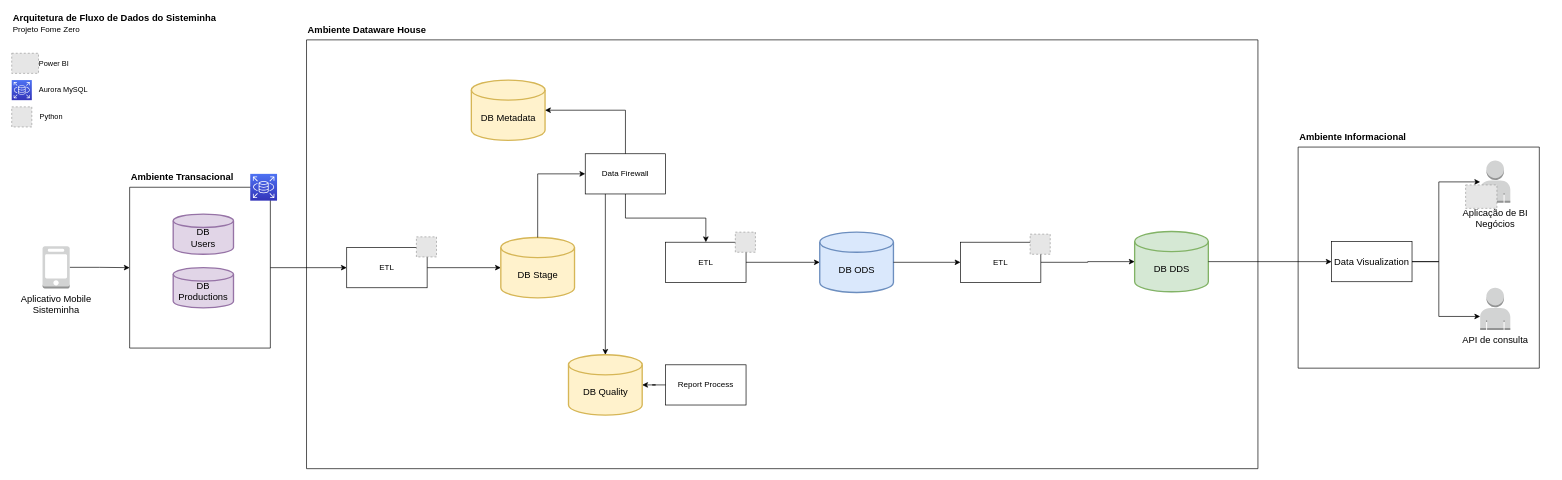
This is arquitetura/DW Fome Zero.drawio from mindcluster/tech4good-dw, a draw.io file, before an edit. Source tidied: cells renumbered, new cells numbered last; positions are measured from the earlier drawing's top-left corner, leaving out a move shared by most shapes. Both pictures are drawn from the tidied source at 67%, with x=0, y=0 at pixel (11, 13). Pictures stored in the file or linked from it are replaced by grey dashed boxes.
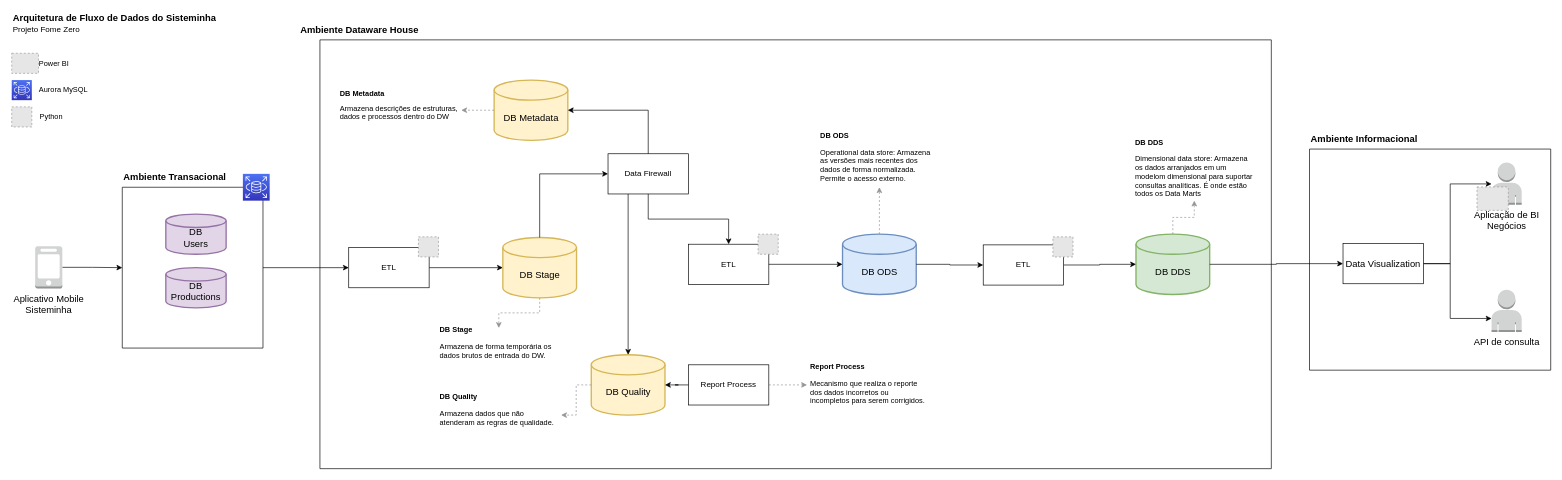
Above is the later version.

Commit message (it also covers changes not shown here):
add modelagem dimensional and new DW images

Unchanged cells that the change refers to:
```xml
<mxCell id="18" style="strokeWidth=2;html=1;shape=mxgraph.flowchart.database;whiteSpace=wrap;fillColor=#d5e8d4;strokeColor=#82b366;" parent="17" vertex="1">
  <mxGeometry width="110" height="90" as="geometry" />
</mxCell>
<mxCell id="28" style="strokeWidth=2;html=1;shape=mxgraph.flowchart.database;whiteSpace=wrap;fillColor=#fff2cc;strokeColor=#d6b656;" parent="27" vertex="1">
  <mxGeometry width="110" height="90" as="geometry" />
</mxCell>
<mxCell id="45" value="Aplicação de BI&lt;br&gt;Negócios" style="outlineConnect=0;dashed=0;verticalLabelPosition=bottom;verticalAlign=top;align=center;html=1;shape=mxgraph.aws3.user;fillColor=#D2D3D3;gradientColor=none;fontSize=14;" parent="44" vertex="1">
  <mxGeometry x="21.7" width="45" height="63" as="geometry" />
</mxCell>
<mxCell id="48" value="API de consulta" style="outlineConnect=0;dashed=0;verticalLabelPosition=bottom;verticalAlign=top;align=center;html=1;shape=mxgraph.aws3.user;fillColor=#D2D3D3;gradientColor=none;fontSize=14;" parent="47" vertex="1">
  <mxGeometry x="21.7" width="45" height="63" as="geometry" />
</mxCell>
<mxCell id="52" style="strokeWidth=2;html=1;shape=mxgraph.flowchart.database;whiteSpace=wrap;fillColor=#fff2cc;strokeColor=#d6b656;" parent="51" vertex="1">
  <mxGeometry width="110" height="90" as="geometry" />
</mxCell>
<mxCell id="57" style="strokeWidth=2;html=1;shape=mxgraph.flowchart.database;whiteSpace=wrap;fillColor=#fff2cc;strokeColor=#d6b656;" parent="56" vertex="1">
  <mxGeometry width="110" height="90" as="geometry" />
</mxCell>
<mxCell id="64" value="Data Visualization" style="rounded=0;whiteSpace=wrap;html=1;fontSize=14;align=center;" parent="63" vertex="1">
  <mxGeometry x="50" y="141" width="120" height="60" as="geometry" />
</mxCell>
```

The edit, as a diff of the source:
```diff
@@
     <mxCell id="5" style="swimlane;startSize=0;fontSize=14;strokeColor=default;rounded=1;" parent="1" vertex="1">
-      <mxGeometry x="176" y="260" width="210" height="240" as="geometry" />
+      <mxGeometry x="165" y="260" width="210" height="240" as="geometry" />
     </mxCell>
@@
     <mxCell id="14" value="Aplicativo Mobile&lt;br&gt;Sisteminha" style="outlineConnect=0;dashed=0;verticalLabelPosition=bottom;verticalAlign=top;align=center;html=1;shape=mxgraph.aws3.mobile_client;fillColor=#D2D3D3;gradientColor=none;fontSize=14;" parent="1" vertex="1">
-      <mxGeometry x="46" y="348" width="40.5" height="63" as="geometry" />
+      <mxGeometry x="35" y="348" width="40.5" height="63" as="geometry" />
     </mxCell>
     <mxCell id="15" value="Ambiente Transacional" style="text;html=1;strokeColor=none;fillColor=none;align=left;verticalAlign=middle;whiteSpace=wrap;rounded=0;fontSize=14;fontStyle=1;" parent="1" vertex="1">
-      <mxGeometry x="176" y="230" width="184" height="30" as="geometry" />
+      <mxGeometry x="165" y="230" width="184" height="30" as="geometry" />
     </mxCell>
     <mxCell id="16" style="edgeStyle=orthogonalEdgeStyle;rounded=0;jettySize=auto;html=1;fontSize=14;" parent="1" edge="1" source="64" target="45">
       <mxGeometry relative="1" as="geometry">
         <Array as="points">
-          <mxPoint x="2130" y="371" />
-          <mxPoint x="2130" y="252" />
+          <mxPoint x="2147" y="374" />
+          <mxPoint x="2147" y="255" />
         </Array>
       </mxGeometry>
     </mxCell>
     <mxCell id="17" style="group;" parent="1" vertex="1">
-      <mxGeometry x="1676" y="326" width="110" height="90" as="geometry" />
+      <mxGeometry x="1678" y="330" width="110" height="90" as="geometry" />
     </mxCell>
@@
     <mxCell id="27" style="group;" parent="1" vertex="1">
-      <mxGeometry x="730" y="335" width="110" height="90" as="geometry" />
+      <mxGeometry x="733" y="335" width="110" height="90" as="geometry" />
     </mxCell>
@@
     <mxCell id="30" style="group;" parent="1" vertex="1">
-      <mxGeometry x="500" y="334" width="130" height="76" as="geometry" />
+      <mxGeometry x="503" y="334" width="130" height="76" as="geometry" />
     </mxCell>
@@
-    <mxCell id="33" style="edgeStyle=orthogonalEdgeStyle;rounded=0;jettySize=auto;html=1;entryX=0.5;entryY=0;entryDx=0;entryDy=0;fontSize=11;" parent="1" edge="1" source="50" target="35">
-      <mxGeometry relative="1" as="geometry" />
-    </mxCell>
-    <mxCell id="34" style="edgeStyle=orthogonalEdgeStyle;rounded=0;jettySize=auto;html=1;entryX=0;entryY=0.5;entryDx=0;entryDy=0;entryPerimeter=0;fontSize=11;" parent="1" edge="1" source="35" target="38">
-      <mxGeometry relative="1" as="geometry" />
-    </mxCell>
-    <mxCell id="35" value="ETL" style="rounded=0;whiteSpace=wrap;html=1;" parent="1" vertex="1">
-      <mxGeometry x="976" y="342" width="120" height="60" as="geometry" />
-    </mxCell>
     <mxCell id="36" style="edgeStyle=orthogonalEdgeStyle;rounded=0;jettySize=auto;html=1;entryX=0;entryY=0.5;entryDx=0;entryDy=0;fontSize=11;" parent="1" edge="1" source="28" target="50">
       <mxGeometry relative="1" as="geometry">
         <Array as="points">
-          <mxPoint x="785" y="240" />
+          <mxPoint x="788" y="240" />
         </Array>
       </mxGeometry>
     </mxCell>
-    <mxCell id="37" style="group;" parent="1" vertex="1">
-      <mxGeometry x="1206" y="327" width="110" height="90" as="geometry" />
-    </mxCell>
-    <mxCell id="38" style="strokeWidth=2;html=1;shape=mxgraph.flowchart.database;whiteSpace=wrap;fillColor=#dae8fc;strokeColor=#6c8ebf;" parent="37" vertex="1">
-      <mxGeometry width="110" height="90" as="geometry" />
-    </mxCell>
-    <mxCell id="39" value="DB ODS" style="text;html=1;strokeColor=none;fillColor=none;align=center;verticalAlign=middle;whiteSpace=wrap;rounded=0;fontSize=14;" parent="37" vertex="1">
-      <mxGeometry x="12.5" y="30" width="85" height="51.4" as="geometry" />
-    </mxCell>
@@
-    <mxCell id="41" value="ETL" style="rounded=0;whiteSpace=wrap;html=1;" parent="1" vertex="1">
-      <mxGeometry x="1416" y="342" width="120" height="60" as="geometry" />
-    </mxCell>
-    <mxCell id="42" style="edgeStyle=orthogonalEdgeStyle;rounded=0;jettySize=auto;html=1;entryX=0;entryY=0.5;entryDx=0;entryDy=0;fontSize=11;" parent="1" edge="1" source="38" target="41">
-      <mxGeometry relative="1" as="geometry" />
-    </mxCell>
     <mxCell id="43" style="edgeStyle=orthogonalEdgeStyle;rounded=0;jettySize=auto;html=1;entryX=0;entryY=0.68;entryDx=0;entryDy=0;entryPerimeter=0;fontSize=11;" parent="1" edge="1" source="64" target="48">
       <mxGeometry relative="1" as="geometry">
         <Array as="points">
-          <mxPoint x="2130" y="371" />
-          <mxPoint x="2130" y="453" />
+          <mxPoint x="2147" y="374" />
+          <mxPoint x="2147" y="456" />
         </Array>
       </mxGeometry>
     </mxCell>
     <mxCell id="44" style="group;" parent="1" vertex="1">
-      <mxGeometry x="2170" y="220" width="66.7" height="71.5" as="geometry" />
+      <mxGeometry x="2187" y="223" width="66.7" height="71.5" as="geometry" />
     </mxCell>
@@
     <mxCell id="47" style="group;" parent="1" vertex="1">
-      <mxGeometry x="2170" y="410" width="66.7" height="71.5" as="geometry" />
+      <mxGeometry x="2187" y="413" width="66.7" height="71.5" as="geometry" />
     </mxCell>
@@
     <mxCell id="49" style="swimlane;startSize=0;fontSize=14;strokeColor=default;rounded=1;" parent="1" vertex="1">
-      <mxGeometry x="440" y="40" width="1420" height="640" as="geometry" />
+      <mxGeometry x="460" y="40" width="1420" height="640" as="geometry" />
     </mxCell>
     <mxCell id="50" value="Data Firewall" style="rounded=0;whiteSpace=wrap;html=1;" parent="49" vertex="1">
-      <mxGeometry x="416" y="170" width="120" height="60" as="geometry" />
+      <mxGeometry x="430" y="170" width="120" height="60" as="geometry" />
     </mxCell>
     <mxCell id="51" style="group;" parent="49" vertex="1">
-      <mxGeometry x="246" y="60" width="110" height="90" as="geometry" />
+      <mxGeometry x="260" y="60" width="110" height="90" as="geometry" />
     </mxCell>
@@
     <mxCell id="54" style="edgeStyle=orthogonalEdgeStyle;rounded=0;jettySize=auto;html=1;entryX=1;entryY=0.5;entryDx=0;entryDy=0;entryPerimeter=0;fontSize=11;" parent="49" edge="1" source="50" target="52">
       <mxGeometry relative="1" as="geometry">
         <Array as="points">
-          <mxPoint x="476" y="105" />
+          <mxPoint x="490" y="105" />
         </Array>
       </mxGeometry>
     </mxCell>
-    <mxCell id="55" style="fillColor=#E6E6E6;strokeColor=#999999;dashed=1;verticalLabelPosition=bottom;labelBackgroundColor=#ffffff;verticalAlign=top;" parent="49" vertex="1">
-      <mxGeometry x="1080" y="290" width="30" height="30" as="geometry" />
-    </mxCell>
     <mxCell id="56" style="group;" parent="49" vertex="1">
-      <mxGeometry x="391" y="470" width="110" height="90" as="geometry" />
+      <mxGeometry x="405" y="470" width="110" height="90" as="geometry" />
     </mxCell>
@@
+    <mxCell id="67" style="edgeStyle=orthogonalEdgeStyle;rounded=0;jettySize=auto;html=1;entryX=0;entryY=0.5;entryDx=0;entryDy=0;dashed=1;fontSize=11;strokeColor=#949494;" parent="49" edge="1" source="60" target="72">
+      <mxGeometry relative="1" as="geometry" />
+    </mxCell>
     <mxCell id="60" value="Report Process" style="rounded=0;whiteSpace=wrap;html=1;" parent="49" vertex="1">
-      <mxGeometry x="536" y="485" width="120" height="60" as="geometry" />
+      <mxGeometry x="550" y="485" width="120" height="60" as="geometry" />
     </mxCell>
@@
+    <mxCell id="68" value="&lt;h1 style=&quot;font-size: 11px;&quot;&gt;DB Stage&lt;/h1&gt;&lt;p style=&quot;font-size: 11px;&quot;&gt;Armazena de forma temporária os dados brutos de entrada do DW.&lt;/p&gt;" style="text;html=1;strokeColor=none;fillColor=none;spacing=5;spacingTop=-20;whiteSpace=wrap;overflow=hidden;rounded=0;fontSize=11;" parent="49" vertex="1">
+      <mxGeometry x="174" y="430" width="186" height="60" as="geometry" />
+    </mxCell>
+    <mxCell id="69" value="&lt;h1 style=&quot;font-size: 11px&quot;&gt;DB ODS&lt;/h1&gt;&lt;p style=&quot;font-size: 11px&quot;&gt;Operational data store: Armazena as versões mais recentes dos dados de forma normalizada. Permite o acesso externo.&lt;/p&gt;" style="text;html=1;strokeColor=none;fillColor=none;spacing=5;spacingTop=-20;whiteSpace=wrap;overflow=hidden;rounded=0;fontSize=11;" parent="49" vertex="1">
+      <mxGeometry x="742" y="140" width="186" height="80" as="geometry" />
+    </mxCell>
+    <mxCell id="70" value="&lt;h1 style=&quot;font-size: 11px&quot;&gt;DB DDS&lt;/h1&gt;&lt;p style=&quot;font-size: 11px&quot;&gt;Dimensional data store: Armazena os dados arranjados em um modelom dimensional para suportar consultas analíticas. É onde estão&amp;nbsp; todos os Data Marts&lt;/p&gt;" style="text;html=1;strokeColor=none;fillColor=none;spacing=5;spacingTop=-20;whiteSpace=wrap;overflow=hidden;rounded=0;fontSize=11;" parent="49" vertex="1">
+      <mxGeometry x="1212" y="150" width="186" height="90" as="geometry" />
+    </mxCell>
+    <mxCell id="71" style="edgeStyle=orthogonalEdgeStyle;rounded=0;jettySize=auto;html=1;entryX=0.5;entryY=1;entryDx=0;entryDy=0;dashed=1;fontSize=11;strokeColor=#949494;" parent="49" edge="1" source="38" target="69">
+      <mxGeometry relative="1" as="geometry" />
+    </mxCell>
+    <mxCell id="35" value="ETL" style="rounded=0;whiteSpace=wrap;html=1;" parent="49" vertex="1">
+      <mxGeometry x="550" y="305" width="120" height="60" as="geometry" />
+    </mxCell>
+    <mxCell id="66" style="fillColor=#E6E6E6;strokeColor=#999999;dashed=1;verticalLabelPosition=bottom;labelBackgroundColor=#ffffff;verticalAlign=top;" parent="49" vertex="1">
+      <mxGeometry x="654" y="290" width="30" height="30" as="geometry" />
+    </mxCell>
+    <mxCell id="33" style="edgeStyle=orthogonalEdgeStyle;rounded=0;jettySize=auto;html=1;entryX=0.5;entryY=0;entryDx=0;entryDy=0;fontSize=11;" parent="49" edge="1" source="50" target="35">
+      <mxGeometry relative="1" as="geometry" />
+    </mxCell>
+    <mxCell id="34" style="edgeStyle=orthogonalEdgeStyle;rounded=0;jettySize=auto;html=1;entryX=0;entryY=0.5;entryDx=0;entryDy=0;entryPerimeter=0;fontSize=11;" parent="49" edge="1" source="35" target="38">
+      <mxGeometry relative="1" as="geometry" />
+    </mxCell>
+    <mxCell id="37" style="group;" parent="49" vertex="1">
+      <mxGeometry x="780" y="290" width="110" height="90" as="geometry" />
+    </mxCell>
+    <mxCell id="38" style="strokeWidth=2;html=1;shape=mxgraph.flowchart.database;whiteSpace=wrap;fillColor=#dae8fc;strokeColor=#6c8ebf;" parent="37" vertex="1">
+      <mxGeometry width="110" height="90" as="geometry" />
+    </mxCell>
+    <mxCell id="39" value="DB ODS" style="text;html=1;strokeColor=none;fillColor=none;align=center;verticalAlign=middle;whiteSpace=wrap;rounded=0;fontSize=14;" parent="37" vertex="1">
+      <mxGeometry x="12.5" y="30" width="85" height="51.4" as="geometry" />
+    </mxCell>
+    <mxCell id="41" value="ETL" style="rounded=0;whiteSpace=wrap;html=1;" parent="49" vertex="1">
+      <mxGeometry x="990" y="306" width="120" height="60" as="geometry" />
+    </mxCell>
+    <mxCell id="42" style="edgeStyle=orthogonalEdgeStyle;rounded=0;jettySize=auto;html=1;entryX=0;entryY=0.5;entryDx=0;entryDy=0;fontSize=11;" parent="49" edge="1" source="38" target="41">
+      <mxGeometry relative="1" as="geometry" />
+    </mxCell>
+    <mxCell id="55" style="fillColor=#E6E6E6;strokeColor=#999999;dashed=1;verticalLabelPosition=bottom;labelBackgroundColor=#ffffff;verticalAlign=top;" parent="49" vertex="1">
+      <mxGeometry x="1094" y="294" width="30" height="30" as="geometry" />
+    </mxCell>
+    <mxCell id="72" value="&lt;h1 style=&quot;font-size: 11px&quot;&gt;Report Process&lt;/h1&gt;&lt;p style=&quot;font-size: 11px&quot;&gt;Mecanismo que realiza o reporte dos dados incorretos ou incompletos para serem corrigidos.&lt;/p&gt;" style="text;html=1;strokeColor=none;fillColor=none;spacing=5;spacingTop=-20;whiteSpace=wrap;overflow=hidden;rounded=0;fontSize=11;" parent="49" vertex="1">
+      <mxGeometry x="727" y="485" width="186" height="60" as="geometry" />
+    </mxCell>
+    <mxCell id="73" value="&lt;h1 style=&quot;font-size: 11px&quot;&gt;&lt;span&gt;DB Metadata&lt;/span&gt;&lt;/h1&gt;&lt;h1 style=&quot;font-size: 11px&quot;&gt;&lt;span style=&quot;font-weight: normal&quot;&gt;Armazena descrições de estruturas, dados e processos dentro do DW&lt;/span&gt;&lt;br&gt;&lt;/h1&gt;" style="text;html=1;strokeColor=none;fillColor=none;spacing=5;spacingTop=-20;whiteSpace=wrap;overflow=hidden;rounded=0;fontSize=11;" parent="49" vertex="1">
+      <mxGeometry x="25" y="77.5" width="186" height="55" as="geometry" />
+    </mxCell>
+    <mxCell id="74" style="edgeStyle=orthogonalEdgeStyle;rounded=0;jettySize=auto;html=1;dashed=1;fontSize=11;strokeColor=#949494;" parent="49" edge="1" source="52" target="73">
+      <mxGeometry relative="1" as="geometry" />
+    </mxCell>
+    <mxCell id="75" value="&lt;h1 style=&quot;font-size: 11px&quot;&gt;DB Quality&lt;/h1&gt;&lt;p style=&quot;font-size: 11px&quot;&gt;Armazena dados que não atenderam as regras de qualidade.&lt;/p&gt;" style="text;html=1;strokeColor=none;fillColor=none;spacing=5;spacingTop=-20;whiteSpace=wrap;overflow=hidden;rounded=0;fontSize=11;" parent="49" vertex="1">
+      <mxGeometry x="174" y="530" width="186" height="60" as="geometry" />
+    </mxCell>
+    <mxCell id="76" style="edgeStyle=orthogonalEdgeStyle;rounded=0;jettySize=auto;html=1;dashed=1;fontSize=11;strokeColor=#949494;" parent="49" edge="1" source="57" target="75">
+      <mxGeometry relative="1" as="geometry" />
+    </mxCell>
     <mxCell id="62" value="Ambiente Dataware House" style="text;html=1;strokeColor=none;fillColor=none;align=left;verticalAlign=middle;whiteSpace=wrap;rounded=0;fontSize=14;fontStyle=1;" parent="1" vertex="1">
-      <mxGeometry x="440" y="10" width="180" height="30" as="geometry" />
+      <mxGeometry x="429" y="10" width="180" height="30" as="geometry" />
     </mxCell>
     <mxCell id="63" style="swimlane;startSize=0;fontSize=14;strokeColor=default;rounded=1;" parent="1" vertex="1">
-      <mxGeometry x="1920" y="200" width="360" height="330" as="geometry" />
+      <mxGeometry x="1937" y="203" width="360" height="330" as="geometry" />
     </mxCell>
@@
-    <mxCell id="66" style="fillColor=#E6E6E6;strokeColor=#999999;dashed=1;verticalLabelPosition=bottom;labelBackgroundColor=#ffffff;verticalAlign=top;" parent="1" vertex="1">
-      <mxGeometry x="1080" y="327" width="30" height="30" as="geometry" />
-    </mxCell>
+    <mxCell id="77" style="edgeStyle=orthogonalEdgeStyle;rounded=0;jettySize=auto;html=1;entryX=0.5;entryY=1;entryDx=0;entryDy=0;dashed=1;fontSize=11;strokeColor=#949494;" parent="1" edge="1" source="18" target="70">
+      <mxGeometry relative="1" as="geometry" />
+    </mxCell>
+    <mxCell id="78" style="edgeStyle=orthogonalEdgeStyle;rounded=0;jettySize=auto;html=1;dashed=1;fontSize=11;strokeColor=#949494;" parent="1" edge="1" source="28" target="68">
+      <mxGeometry relative="1" as="geometry" />
+    </mxCell>
```
